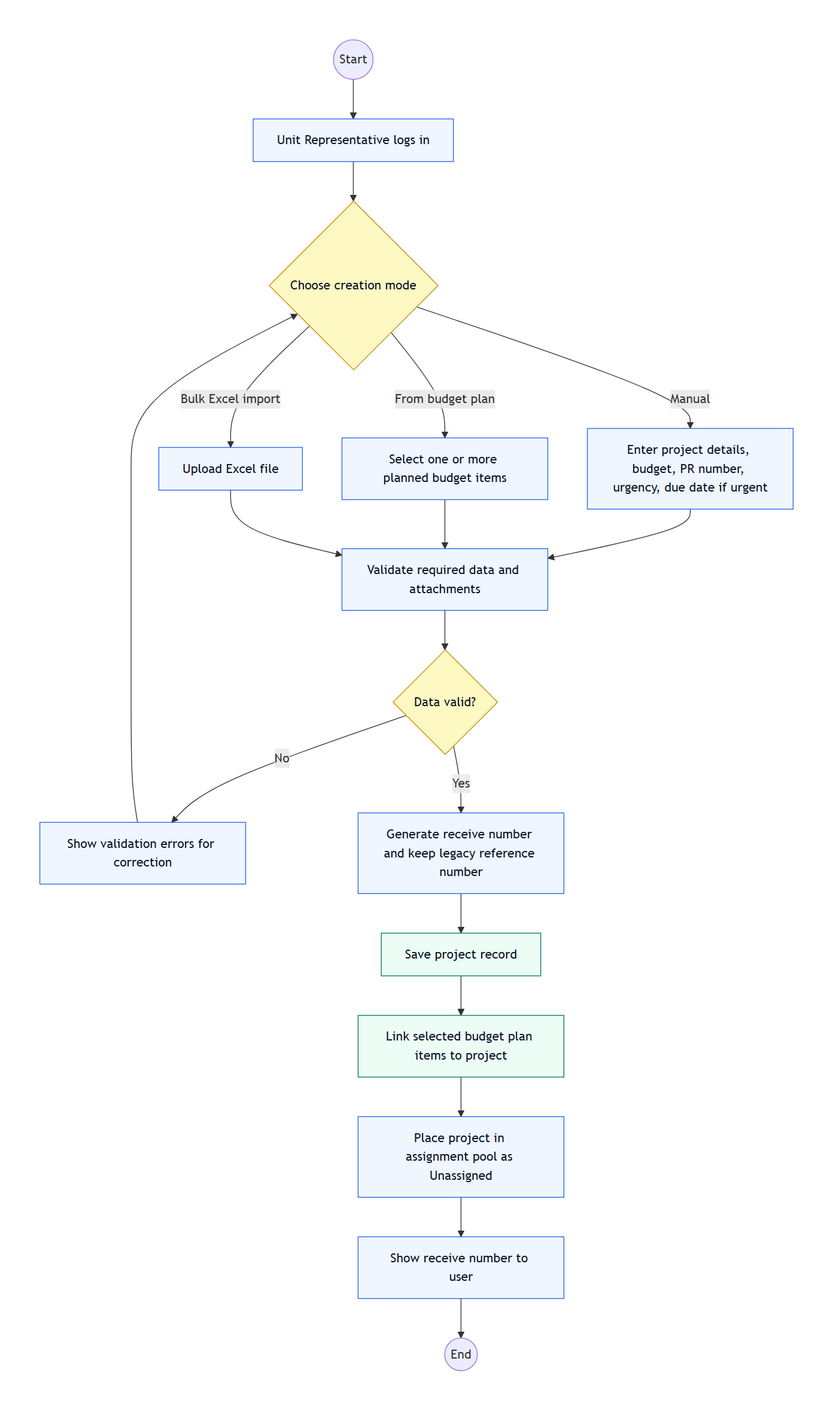
Before: report-diagrams/03-project-creation-activity.png, a diagram exported from Mermaid (capmoo-capstone/report). Its source is kept beside it as report-diagrams/03-project-creation-activity.mmd.
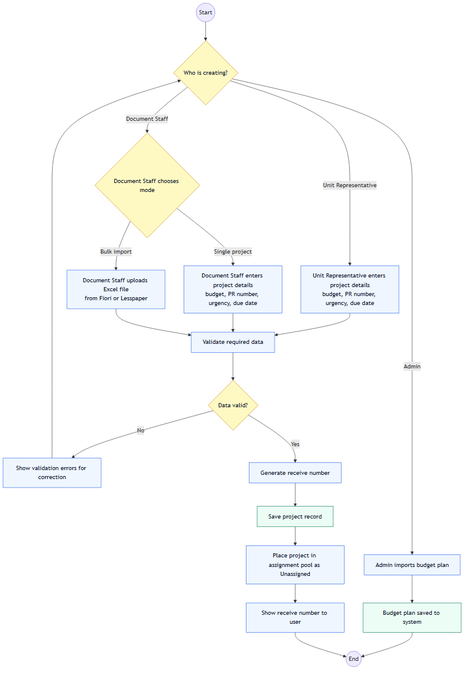
The same diagram one commit later.

Diff of the diagram source:
```diff
@@ -4,26 +4,31 @@
     classDef data fill:#ecfdf5,stroke:#047857,color:#0f172a;
 
     Start((Start))
-    Login["Unit Representative logs in"]:::action
-    Choose{"Choose creation mode"}:::decision
-    Manual["Enter project details, budget, PR number, urgency, due date if urgent"]:::action
-    FromPlan["Select one or more planned budget items"]:::action
-    Excel["Upload Excel file"]:::action
-    Validate["Validate required data and attachments"]:::action
+    WhoCreates{"Who is creating?"}:::decision
+
+    AdminImport["Admin imports budget plan"]:::action
+    BudgetSaved["Budget plan saved to system"]:::data
+
+    UnitRepCreate["Unit Representative enters project details\nbudget, PR number, urgency, due date"]:::action
+    DocStaffChoose{"Document Staff chooses mode"}:::decision
+    DocCreate["Document Staff enters project details\nbudget, PR number, urgency, due date"]:::action
+    DocBulk["Document Staff uploads Excel file\nfrom Fiori or Lesspaper"]:::action
+
+    Validate["Validate required data"]:::action
     Valid{"Data valid?"}:::decision
     Error["Show validation errors for correction"]:::action
-    Receive["Generate receive number and keep legacy reference number"]:::action
+    Receive["Generate receive number"]:::action
     Save["Save project record"]:::data
-    LinkPlan["Link selected budget plan items to project"]:::data
     Pool["Place project in assignment pool as Unassigned"]:::action
     Show["Show receive number to user"]:::action
     End((End))
 
-    Start --> Login --> Choose
-    Choose -- "Manual" --> Manual --> Validate
-    Choose -- "From budget plan" --> FromPlan --> Validate
-    Choose -- "Bulk Excel import" --> Excel --> Validate
+    Start --> WhoCreates
+    WhoCreates -- "Admin" --> AdminImport --> BudgetSaved --> End
+    WhoCreates -- "Unit Representative" --> UnitRepCreate --> Validate
+    WhoCreates -- "Document Staff" --> DocStaffChoose
+    DocStaffChoose -- "Single project" --> DocCreate --> Validate
+    DocStaffChoose -- "Bulk import" --> DocBulk --> Validate
     Validate --> Valid
-    Valid -- "No" --> Error --> Choose
-    Valid -- "Yes" --> Receive --> Save
-    Save --> LinkPlan --> Pool --> Show --> End
+    Valid -- "No" --> Error --> WhoCreates
+    Valid -- "Yes" --> Receive --> Save --> Pool --> Show --> End
```
